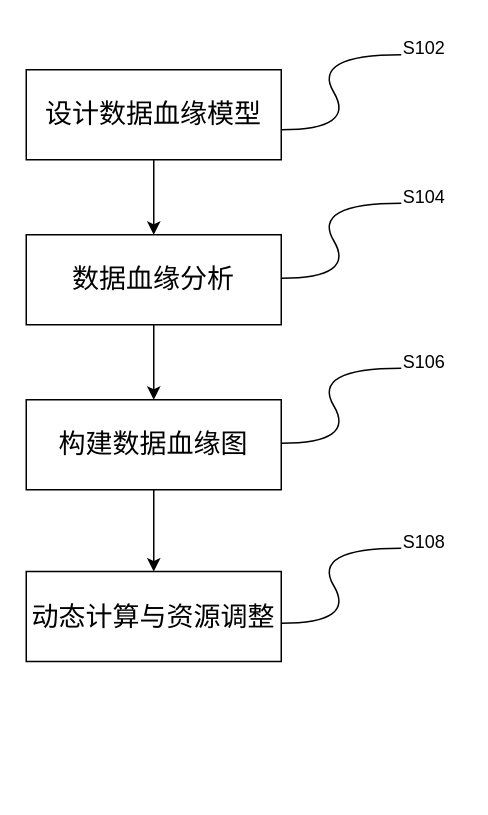
This is page "第 1 页" (1 of 2) of xueyuan.drawio from Colin007/diagrams, a draw.io file, before an edit. Source tidied: cells renumbered, new cells numbered last; positions are measured from the earlier drawing's top-left corner, leaving out a move shared by most shapes. Both pictures are drawn from the tidied source at 150%, with x=0, y=0 at pixel (26, 26).
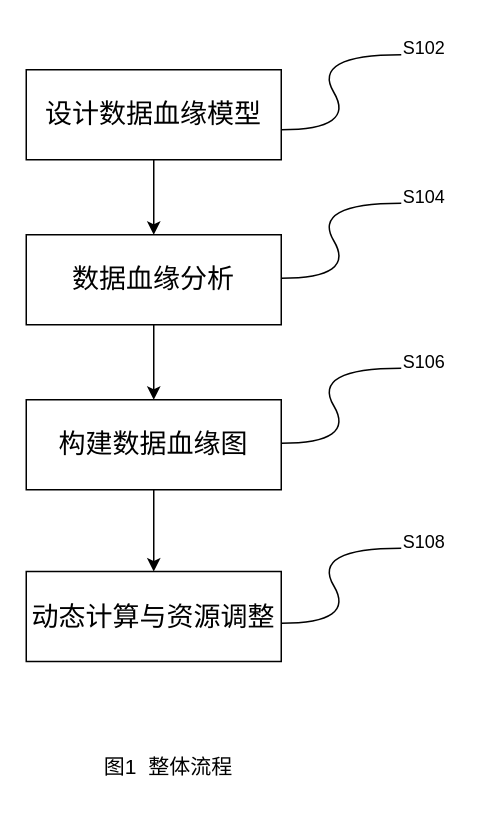
After the change.

The edit, as a diff of the source:
```diff
@@
+    <mxCell id="17" value="&lt;font style=&quot;font-size: 14px;&quot;&gt;图1&amp;nbsp; 整体流程&lt;/font&gt;" style="text;html=1;strokeColor=none;fillColor=none;align=center;verticalAlign=middle;whiteSpace=wrap;rounded=0;" parent="1" vertex="1">
+      <mxGeometry x="50" y="479" width="90" height="30" as="geometry" />
+    </mxCell>
```
